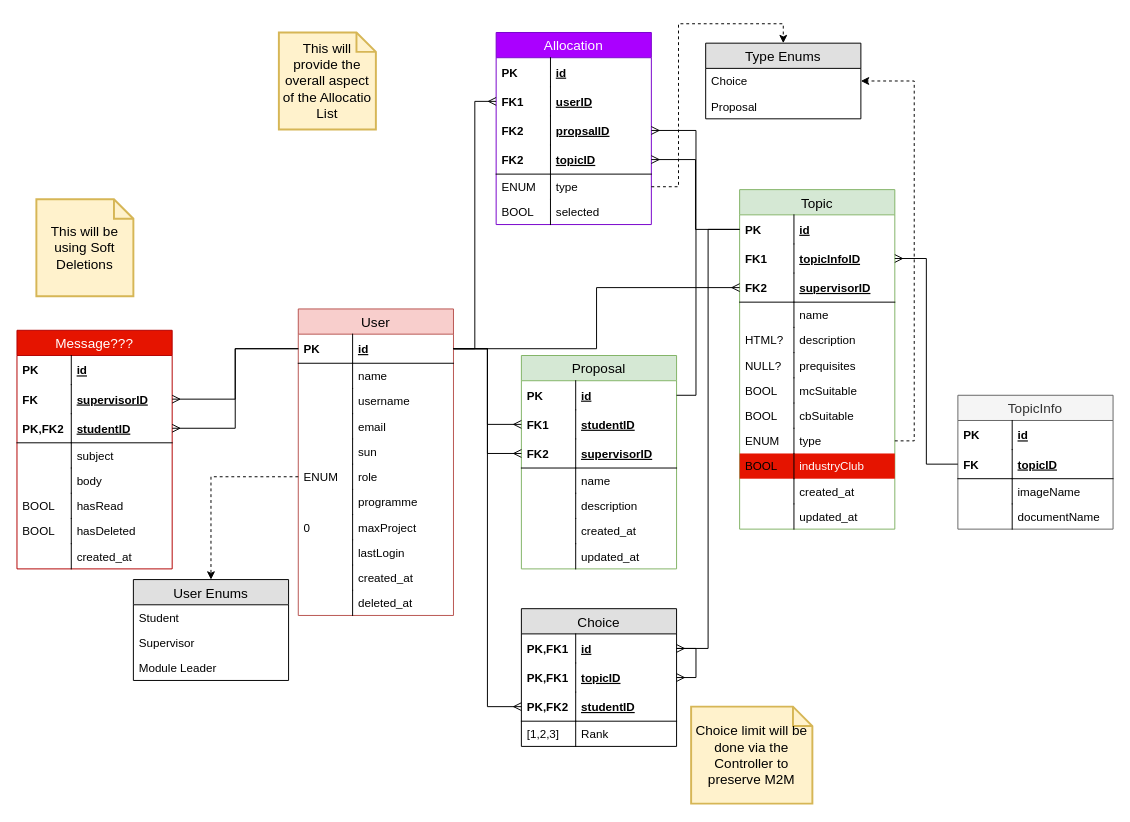
kkgm13/fypallocsys keeps this draw.io diagram as DB Diagram.drawio. Above is the earlier version. Source tidied: cells renumbered, new cells numbered last; positions are measured from the earlier drawing's top-left corner, leaving out a move shared by most shapes. Both pictures are drawn from the tidied source at 97%, with x=0, y=0 at pixel (16, 32).
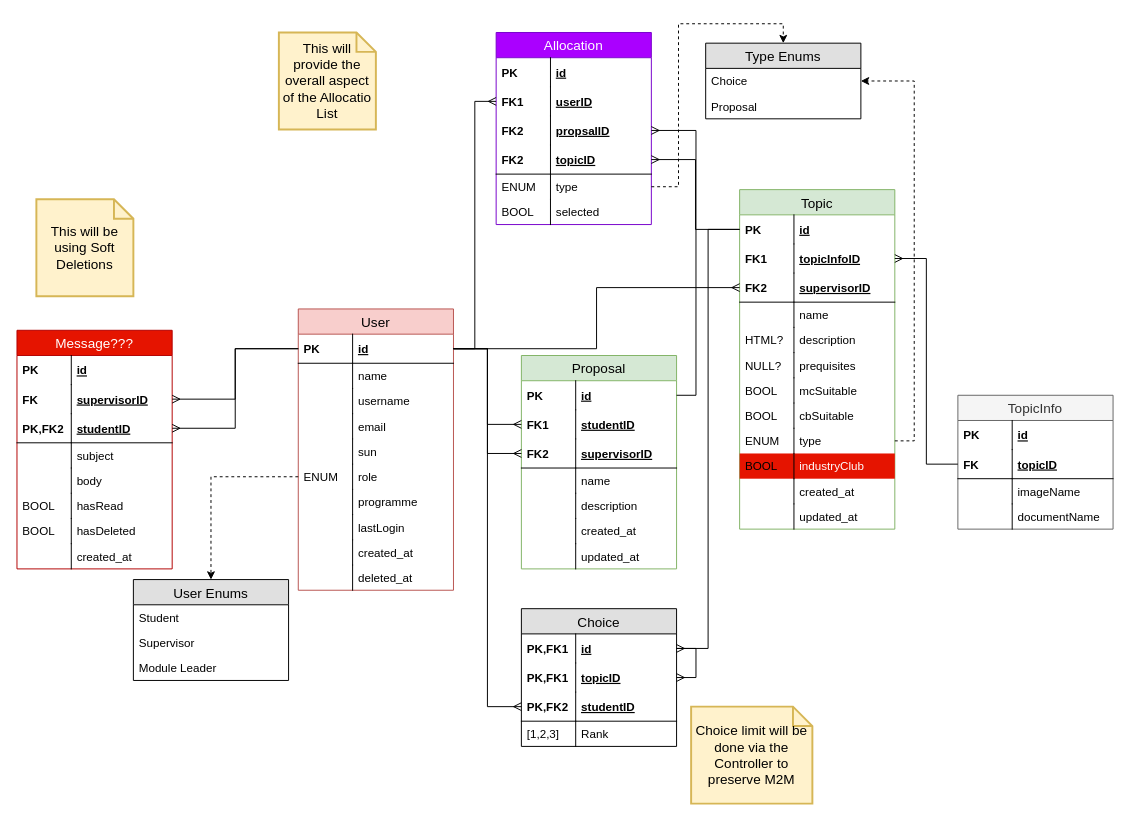
The same diagram, later.

Diff of the diagram source:
```diff
@@
     <mxCell id="2" value="User" style="swimlane;fontStyle=0;horizontal=1;startSize=26;fillColor=#f8cecc;swimlaneFillColor=#ffffff;align=center;fontSize=14;strokeColor=#b85450;" parent="1" vertex="1">
-      <mxGeometry x="290" y="285" width="160" height="316" as="geometry" />
+      <mxGeometry x="290" y="285" width="160" height="290" as="geometry" />
     </mxCell>
@@
-    <mxCell id="17" value="maxProject" style="shape=partialRectangle;top=0;left=0;right=0;bottom=0;align=left;verticalAlign=top;fillColor=none;spacingLeft=60;spacingRight=4;overflow=hidden;fontSize=12;" parent="2" vertex="1">
-      <mxGeometry y="212" width="160" height="26" as="geometry" />
-    </mxCell>
-    <mxCell id="18" value="0" style="shape=partialRectangle;top=0;left=0;bottom=0;fillColor=none;align=left;verticalAlign=top;spacingLeft=4;spacingRight=4;overflow=hidden;fontSize=12;" parent="17" vertex="1">
-      <mxGeometry width="56" height="26" as="geometry" />
-    </mxCell>
     <mxCell id="19" value="lastLogin" style="shape=partialRectangle;top=0;left=0;right=0;bottom=0;align=left;verticalAlign=top;fillColor=none;spacingLeft=60;spacingRight=4;overflow=hidden;fontSize=12;" parent="2" vertex="1">
-      <mxGeometry y="238" width="160" height="26" as="geometry" />
+      <mxGeometry y="212" width="160" height="26" as="geometry" />
     </mxCell>
@@
     <mxCell id="21" value="created_at" style="shape=partialRectangle;top=0;left=0;right=0;bottom=0;align=left;verticalAlign=top;fillColor=none;spacingLeft=60;spacingRight=4;overflow=hidden;fontSize=12;" parent="2" vertex="1">
-      <mxGeometry y="264" width="160" height="26" as="geometry" />
+      <mxGeometry y="238" width="160" height="26" as="geometry" />
     </mxCell>
@@
     <mxCell id="23" value="deleted_at" style="shape=partialRectangle;top=0;left=0;right=0;bottom=0;align=left;verticalAlign=top;fillColor=none;spacingLeft=60;spacingRight=4;overflow=hidden;fontSize=12;" parent="2" vertex="1">
-      <mxGeometry y="290" width="160" height="26" as="geometry" />
+      <mxGeometry y="264" width="160" height="26" as="geometry" />
     </mxCell>
```
